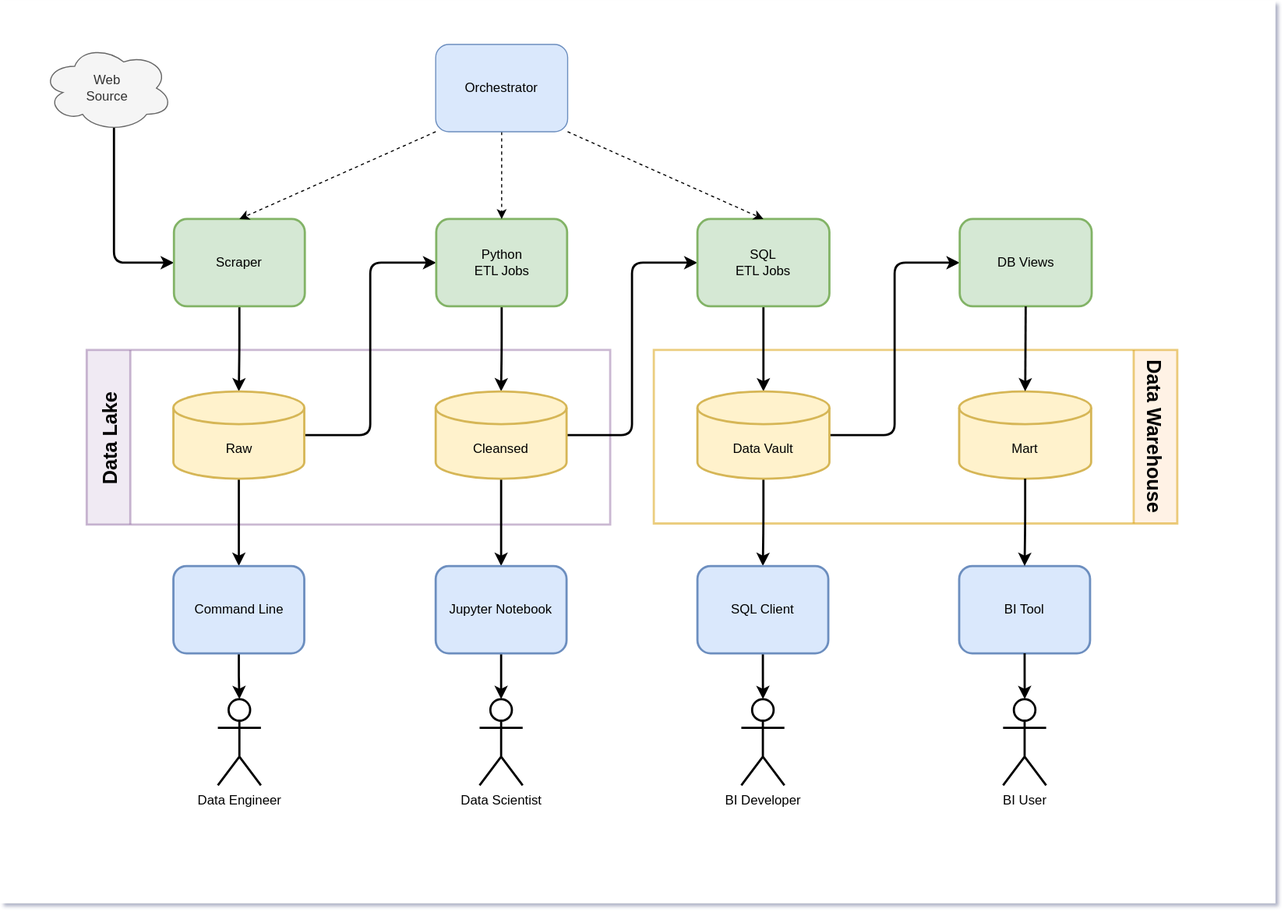
The draw.io diagram doc/architecture-overview.drawio.svg in petracarrion/job-market-analytics, before a commit. Source tidied: cells renumbered, new cells last; positions are measured from the earlier drawing's top-left corner, leaving out a move shared by most shapes.
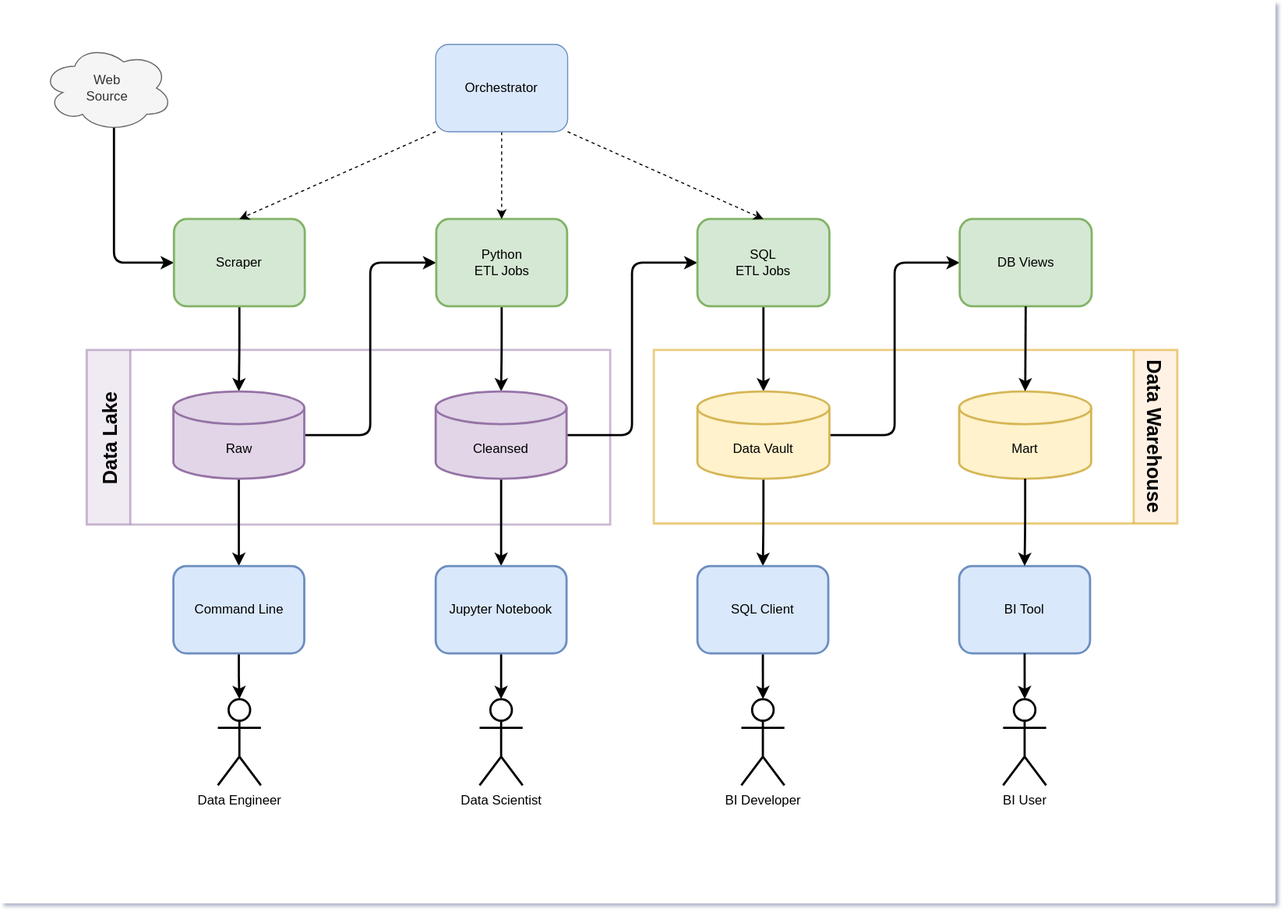
After the commit.

The edit, as a diff of the source:
```diff
@@ -34,7 +34,7 @@
     <mxCell id="11" style="edgeStyle=orthogonalEdgeStyle;rounded=0;jettySize=auto;html=1;entryX=0.5;entryY=0;entryDx=0;entryDy=0;strokeWidth=2;" parent="3" edge="1" source="12" target="30">
       <mxGeometry relative="1" as="geometry" />
     </mxCell>
-    <mxCell id="12" value="Raw" style="shape=cylinder3;whiteSpace=wrap;html=1;boundedLbl=1;backgroundOutline=1;size=15;fillColor=#fff2cc;strokeColor=#d6b656;strokeWidth=2;perimeterSpacing=0;" parent="3" vertex="1">
+    <mxCell id="12" value="Raw" style="shape=cylinder3;whiteSpace=wrap;html=1;boundedLbl=1;backgroundOutline=1;size=15;fillColor=#e1d5e7;strokeColor=#9673a6;strokeWidth=2;perimeterSpacing=0;" parent="3" vertex="1">
       <mxGeometry x="158.5" y="358" width="120" height="80" as="geometry" />
     </mxCell>
     <mxCell id="13" style="edgeStyle=orthogonalEdgeStyle;rounded=1;jettySize=auto;html=1;strokeWidth=2;" parent="3" edge="1" source="14" target="17">
@@ -49,7 +49,7 @@
     <mxCell id="16" style="edgeStyle=orthogonalEdgeStyle;rounded=1;jettySize=auto;html=1;entryX=0.5;entryY=0;entryDx=0;entryDy=0;fontSize=48;strokeWidth=2;" parent="3" edge="1" source="17" target="27">
       <mxGeometry relative="1" as="geometry" />
     </mxCell>
-    <mxCell id="17" value="Cleansed" style="shape=cylinder3;whiteSpace=wrap;html=1;boundedLbl=1;backgroundOutline=1;size=15;fillColor=#fff2cc;strokeColor=#d6b656;strokeWidth=2;perimeterSpacing=0;" parent="3" vertex="1">
+    <mxCell id="17" value="Cleansed" style="shape=cylinder3;whiteSpace=wrap;html=1;boundedLbl=1;backgroundOutline=1;size=15;fillColor=#e1d5e7;strokeColor=#9673a6;strokeWidth=2;perimeterSpacing=0;" parent="3" vertex="1">
       <mxGeometry x="399" y="358" width="120" height="80" as="geometry" />
     </mxCell>
     <mxCell id="18" style="edgeStyle=orthogonalEdgeStyle;rounded=1;jettySize=auto;html=1;entryX=0.5;entryY=0;entryDx=0;entryDy=0;entryPerimeter=0;strokeWidth=2;jumpStyle=arc;shadow=0;sketch=0;" parent="3" edge="1" source="19" target="22">
```
